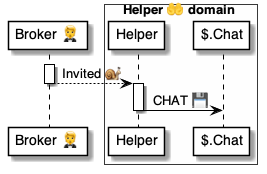
Before: 4 ⚙️ Solution/45 🤲 Helper domains/$ Helpers 🤲/🤲📨 Helper msgs/🤵🐌🤲 Invited/🤲 Help ⚙️ uml.png, a diagram exported from PlantUML (pollyweb-org/pollyweb-docs). Its source is kept beside it as 4 ⚙️ Solution/45 🤲 Helper domains/$ Helpers 🤲/🤲📨 Helper msgs/🤵🐌🤲 Invited/🤲 Help ⚙️ uml.puml.
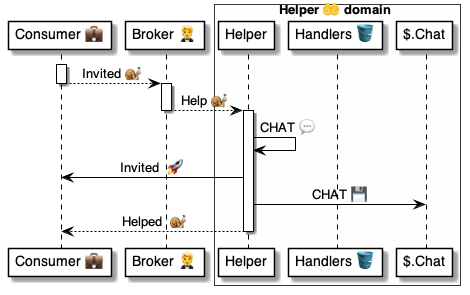
The same file after the commit.

Diff of the diagram source:
```diff
@@ -1,17 +1,27 @@
 @startuml Goodbye
 
+participant "Consumer 💼" as consumer
 participant "Broker 🤵" as broker
 box Helper 🤲 domain #FFFFFA
     participant "Helper" as script
+    participant "Handlers 🪣" as handlers
     participant "$.Chat" as chat
 end box
 
+
+activate consumer
+    consumer --> broker: Invited 🐌
+deactivate consumer
+
 activate broker
-    broker --> script: Invited 🐌
+    broker --> script: Help 🐌
 deactivate broker
 
 activate script
+    script -> script: CHAT 💬
+    script -> consumer: Invited  🚀
     script -> chat: CHAT 💾
+    script --> consumer: Helped  🐌
 deactivate script
 
 @enduml
```
